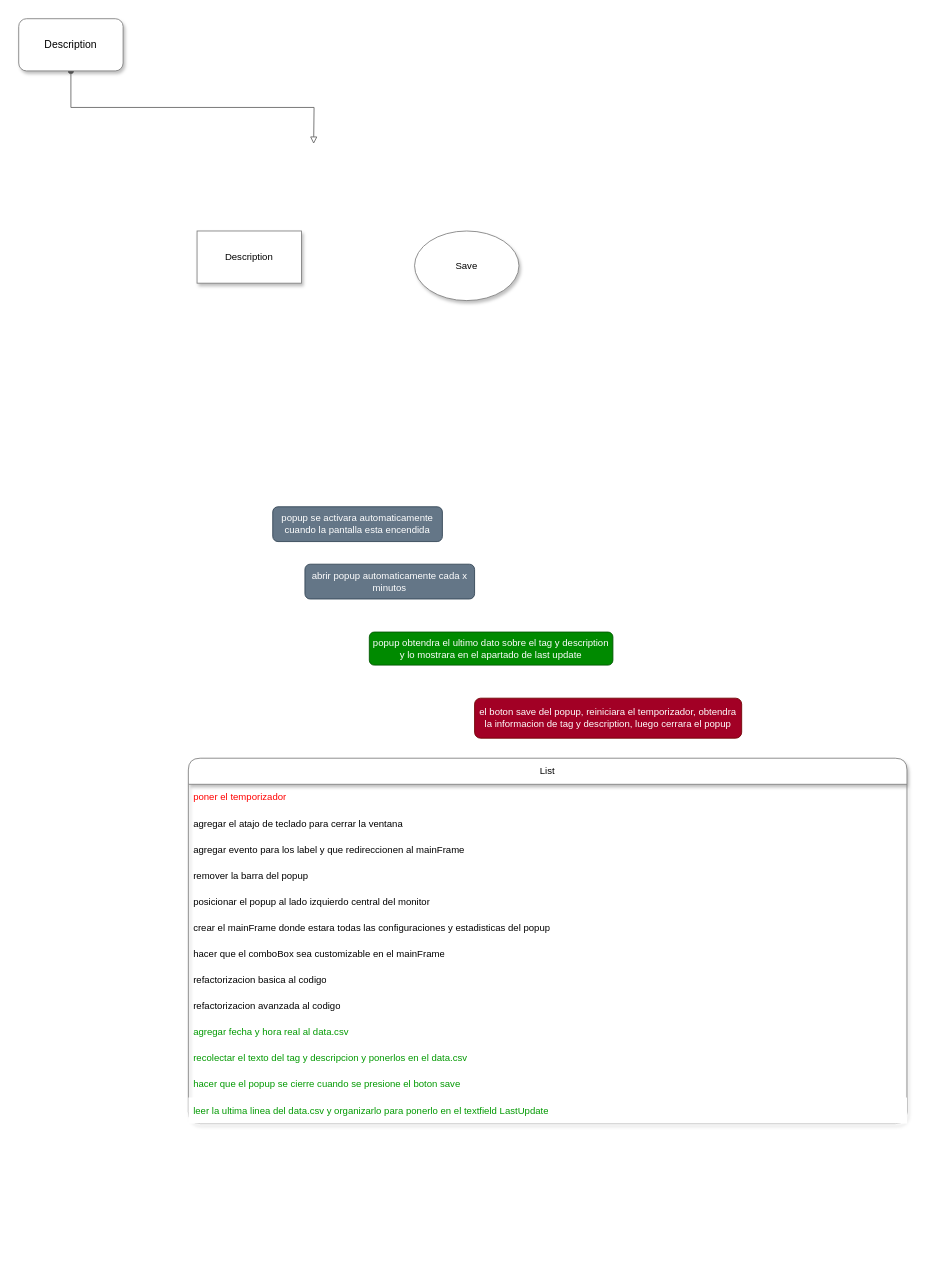
This is page "Page-1" (2 of 2) of Track your time diagram.drawio from GutengMorgen/Track-your-time, a draw.io file, before an edit. Source tidied: cells renumbered, new cells numbered last; positions are measured from the earlier drawing's top-left corner, leaving out a move shared by most shapes. Both pictures are drawn from the tidied source at 87%, with x=0, y=0 at pixel (18, 18).
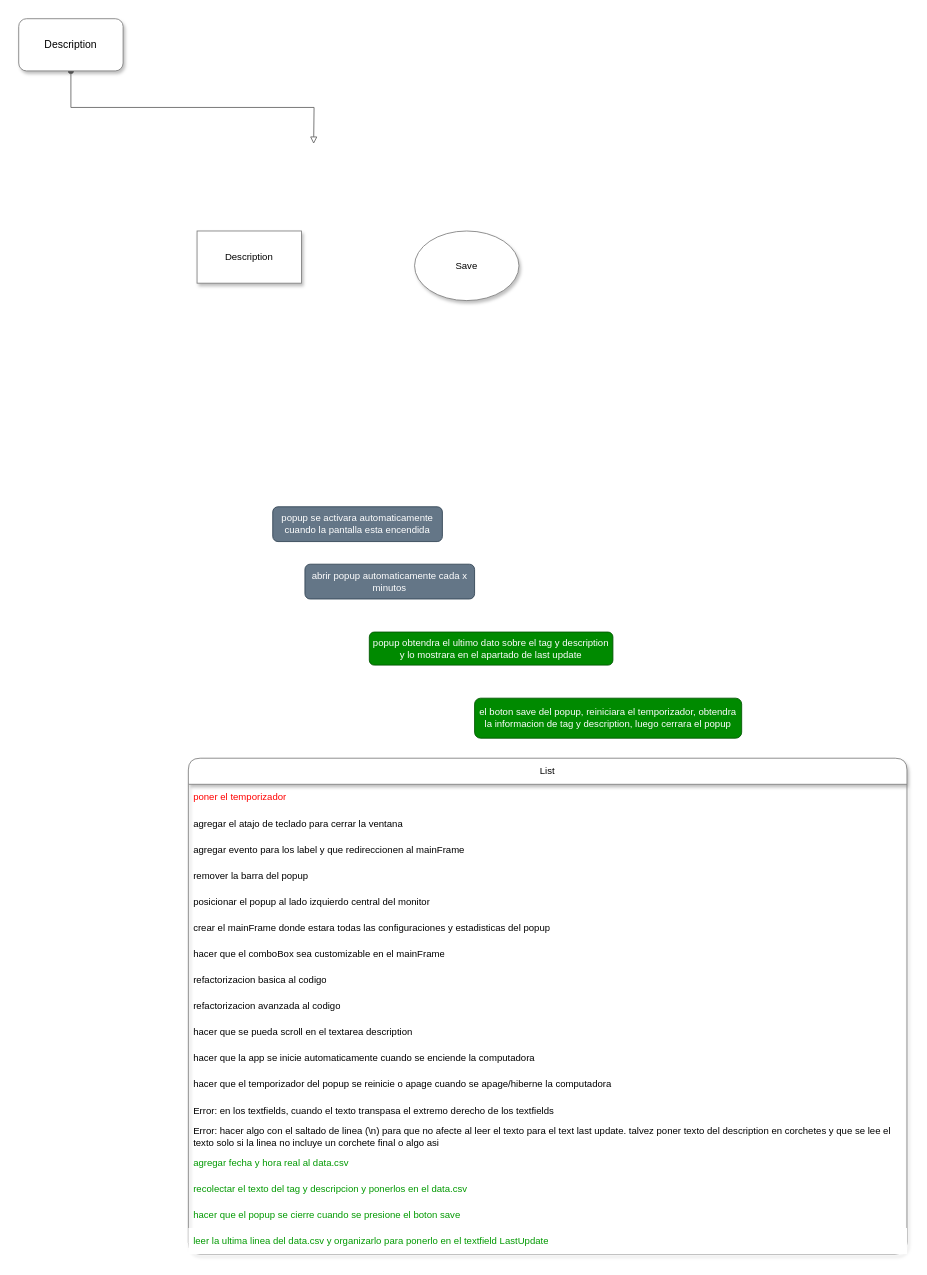
The same page after the edit.

Commit message (it also covers changes not shown here):
connect popup with timer

What changed in the source:
```diff
@@
-    <mxCell id="9" value="el boton save del popup, reiniciara el temporizador, obtendra la informacion de tag y description, luego cerrara el popup" style="whiteSpace=wrap;html=1;rounded=1;shadow=0;strokeColor=#6F0000;fontFamily=Helvetica;fontSize=11;fontColor=#ffffff;fillColor=#a20025;" parent="1" vertex="1">
+    <mxCell id="9" value="el boton save del popup, reiniciara el temporizador, obtendra la informacion de tag y description, luego cerrara el popup" style="whiteSpace=wrap;html=1;rounded=1;shadow=0;strokeColor=#005700;fontFamily=Helvetica;fontSize=11;fontColor=#ffffff;fillColor=#008a00;" parent="1" vertex="1">
       <mxGeometry x="524" y="781" width="307" height="46" as="geometry" />
     </mxCell>
     <mxCell id="10" value="List" style="swimlane;fontStyle=0;horizontal=1;startSize=30;whiteSpace=wrap;html=1;rounded=1;shadow=1;strokeColor=#808080;fontFamily=Helvetica;fontSize=11;fontColor=default;fillColor=default;" parent="1" vertex="1">
-      <mxGeometry x="195" y="850" width="826" height="420" as="geometry" />
+      <mxGeometry x="195" y="850" width="826" height="570" as="geometry" />
     </mxCell>
@@
+    <mxCell id="24" value="hacer que se pueda scroll en el textarea description" style="text;strokeColor=none;fillColor=none;align=left;verticalAlign=middle;spacingLeft=4;spacingRight=4;overflow=hidden;whiteSpace=wrap;html=1;fontSize=11;fontFamily=Helvetica;fontColor=default;" parent="10" vertex="1">
+      <mxGeometry y="300" width="826" height="30" as="geometry" />
+    </mxCell>
+    <mxCell id="25" value="hacer que la app se inicie automaticamente cuando se enciende la computadora" style="text;strokeColor=none;fillColor=none;align=left;verticalAlign=middle;spacingLeft=4;spacingRight=4;overflow=hidden;whiteSpace=wrap;html=1;fontSize=11;fontFamily=Helvetica;fontColor=default;" parent="10" vertex="1">
+      <mxGeometry y="330" width="826" height="30" as="geometry" />
+    </mxCell>
+    <mxCell id="26" value="hacer que el temporizador del popup se reinicie o apage cuando se apage/hiberne la computadora" style="text;strokeColor=none;fillColor=none;align=left;verticalAlign=middle;spacingLeft=4;spacingRight=4;overflow=hidden;whiteSpace=wrap;html=1;fontSize=11;fontFamily=Helvetica;fontColor=default;" parent="10" vertex="1">
+      <mxGeometry y="360" width="826" height="30" as="geometry" />
+    </mxCell>
+    <mxCell id="27" value="Error: en los textfields, cuando el texto transpasa el extremo derecho de los textfields" style="text;strokeColor=none;fillColor=none;align=left;verticalAlign=middle;spacingLeft=4;spacingRight=4;overflow=hidden;whiteSpace=wrap;html=1;fontSize=11;fontFamily=Helvetica;fontColor=default;" parent="10" vertex="1">
+      <mxGeometry y="390" width="826" height="30" as="geometry" />
+    </mxCell>
+    <mxCell id="28" value="Error: hacer algo con el saltado de linea (\n) para que no afecte al leer el texto para el text last update. talvez poner texto del description en corchetes y que se lee el texto solo si la linea no incluye un corchete final o algo asi" style="text;strokeColor=none;fillColor=none;align=left;verticalAlign=middle;spacingLeft=4;spacingRight=4;overflow=hidden;whiteSpace=wrap;html=1;fontSize=11;fontFamily=Helvetica;fontColor=default;" parent="10" vertex="1">
+      <mxGeometry y="420" width="826" height="30" as="geometry" />
+    </mxCell>
     <mxCell id="20" value="agregar fecha y hora real al data.csv" style="text;strokeColor=none;fillColor=none;align=left;verticalAlign=middle;spacingLeft=4;spacingRight=4;overflow=hidden;whiteSpace=wrap;html=1;fontSize=11;fontFamily=Helvetica;fontColor=#009900;" parent="10" vertex="1">
-      <mxGeometry y="300" width="826" height="30" as="geometry" />
+      <mxGeometry y="450" width="826" height="30" as="geometry" />
     </mxCell>
     <mxCell id="21" value="recolectar el texto del tag y descripcion y ponerlos en el data.csv" style="text;strokeColor=none;fillColor=none;align=left;verticalAlign=middle;spacingLeft=4;spacingRight=4;overflow=hidden;whiteSpace=wrap;html=1;fontSize=11;fontFamily=Helvetica;fontColor=#009900;" parent="10" vertex="1">
-      <mxGeometry y="330" width="826" height="30" as="geometry" />
+      <mxGeometry y="480" width="826" height="30" as="geometry" />
     </mxCell>
     <mxCell id="22" value="hacer que el popup se cierre cuando se presione el boton save" style="text;strokeColor=none;fillColor=none;align=left;verticalAlign=middle;spacingLeft=4;spacingRight=4;overflow=hidden;whiteSpace=wrap;html=1;fontSize=11;fontFamily=Helvetica;fontColor=#009900;" parent="10" vertex="1">
-      <mxGeometry y="360" width="826" height="30" as="geometry" />
+      <mxGeometry y="510" width="826" height="30" as="geometry" />
     </mxCell>
     <mxCell id="23" value="leer la ultima linea del data.csv y organizarlo para ponerlo en el textfield LastUpdate" style="text;strokeColor=none;fillColor=default;align=left;verticalAlign=middle;spacingLeft=4;spacingRight=4;overflow=hidden;whiteSpace=wrap;html=1;fontSize=11;fontFamily=Helvetica;fontColor=#009900;fontStyle=0;" parent="10" vertex="1">
-      <mxGeometry y="390" width="826" height="30" as="geometry" />
+      <mxGeometry y="540" width="826" height="30" as="geometry" />
     </mxCell>
```
